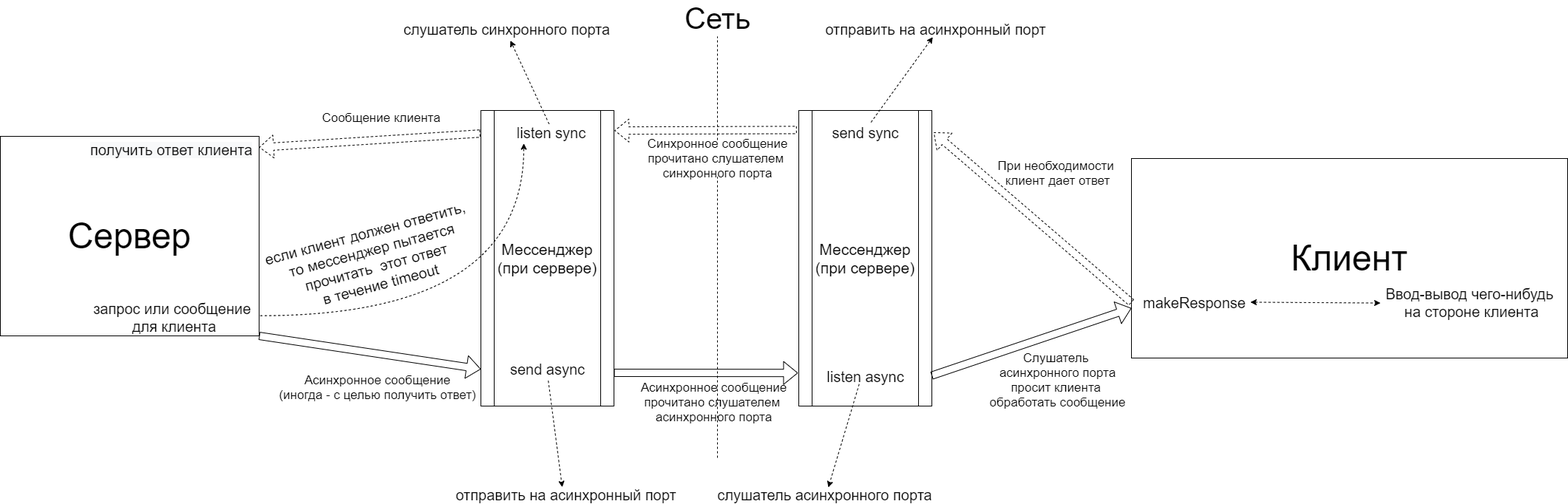
Earlier version of the draw.io export docs/images/clientServer.png (Upgrowth-project/FieldManager). Source tidied: cells renumbered, new cells last; positions are measured from the earlier drawing's top-left corner, leaving out a move shared by most shapes.
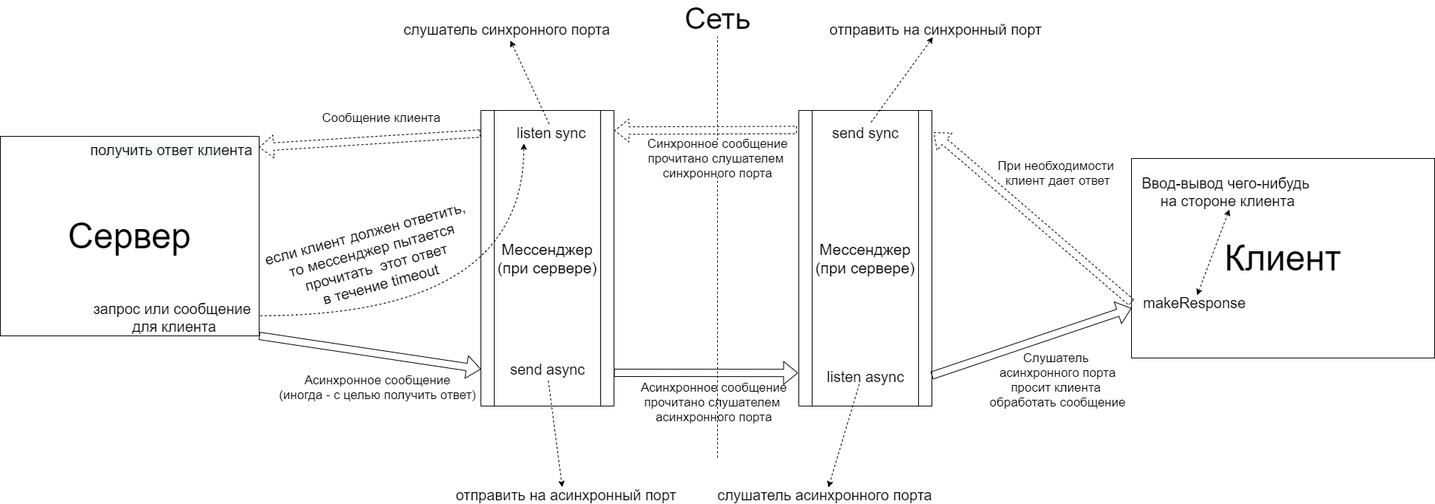
The same diagram one commit later.

The edit, as a diff of the source:
```diff
@@ -6,7 +6,7 @@
       <mxGeometry y="175" width="350" height="270" as="geometry" />
     </mxCell>
     <mxCell id="3" value="&lt;font style=&quot;font-size: 48px&quot;&gt;Клиент&lt;/font&gt;" style="rounded=0;whiteSpace=wrap;html=1;" parent="1" vertex="1">
-      <mxGeometry x="1530" y="205" width="590" height="270" as="geometry" />
+      <mxGeometry x="1530" y="205" width="410" height="270" as="geometry" />
     </mxCell>
     <mxCell id="4" style="shape=flexArrow;endArrow=classic;html=1;exitX=1;exitY=1;exitDx=0;exitDy=0;" parent="1" edge="1" source="2">
       <mxGeometry relative="1" as="geometry">
@@ -99,17 +99,17 @@
     <mxCell id="30" value="&lt;font style=&quot;font-size: 20px&quot;&gt;если клиент должен ответить,&amp;nbsp;&lt;br&gt;то мессенджер пытается&lt;br&gt;прочитать&amp;nbsp; этот ответ&lt;br&gt;в течение timeout&lt;br&gt;&lt;/font&gt;" style="text;html=1;align=center;verticalAlign=middle;rotation=-15;" parent="1" vertex="1">
       <mxGeometry x="355" y="305" width="300" height="70" as="geometry" />
     </mxCell>
-    <mxCell id="31" style="endArrow=classic;startArrow=classic;html=1;dashed=1;entryX=-0.013;entryY=0.514;entryDx=0;entryDy=0;entryPerimeter=0;exitX=1.006;exitY=0.471;exitDx=0;exitDy=0;exitPerimeter=0;" parent="1" edge="1" source="15" target="32">
+    <mxCell id="31" style="endArrow=classic;startArrow=classic;html=1;dashed=1;entryX=0.51;entryY=1.099;entryDx=0;entryDy=0;entryPerimeter=0;" parent="1" edge="1" source="15" target="32">
       <mxGeometry relative="1" as="geometry" />
     </mxCell>
     <mxCell id="32" value="&lt;font style=&quot;font-size: 20px&quot;&gt;Ввод-вывод чего-нибудь &lt;br&gt;на стороне клиента&lt;/font&gt;" style="text;html=1;align=center;verticalAlign=middle;points=[];" parent="1" vertex="1">
-      <mxGeometry x="1870" y="380" width="240" height="40" as="geometry" />
+      <mxGeometry x="1540" y="230" width="240" height="40" as="geometry" />
     </mxCell>
     <mxCell id="33" style="endArrow=classic;html=1;dashed=1;exitX=0.57;exitY=-0.2;exitDx=0;exitDy=0;exitPerimeter=0;entryX=0.488;entryY=1.038;entryDx=0;entryDy=0;entryPerimeter=0;" parent="1" edge="1" source="11" target="34">
       <mxGeometry relative="1" as="geometry" />
     </mxCell>
-    <mxCell id="34" value="&lt;font style=&quot;font-size: 20px&quot;&gt;отправить на асинхронный порт&lt;/font&gt;" style="text;html=1;align=center;verticalAlign=middle;points=[];" parent="1" vertex="1">
-      <mxGeometry x="1110" y="20" width="310" height="20" as="geometry" />
+    <mxCell id="34" value="&lt;font style=&quot;font-size: 20px&quot;&gt;отправить на синхронный порт&lt;/font&gt;" style="text;html=1;align=center;verticalAlign=middle;points=[];" parent="1" vertex="1">
+      <mxGeometry x="1115" y="20" width="300" height="20" as="geometry" />
     </mxCell>
     <mxCell id="35" style="shape=flexArrow;endArrow=classic;html=1;exitX=-0.015;exitY=0.066;exitDx=0;exitDy=0;exitPerimeter=0;entryX=1.004;entryY=0.068;entryDx=0;entryDy=0;entryPerimeter=0;dashed=1;" parent="1" edge="1" source="10" target="6">
       <mxGeometry relative="1" as="geometry" />
```
